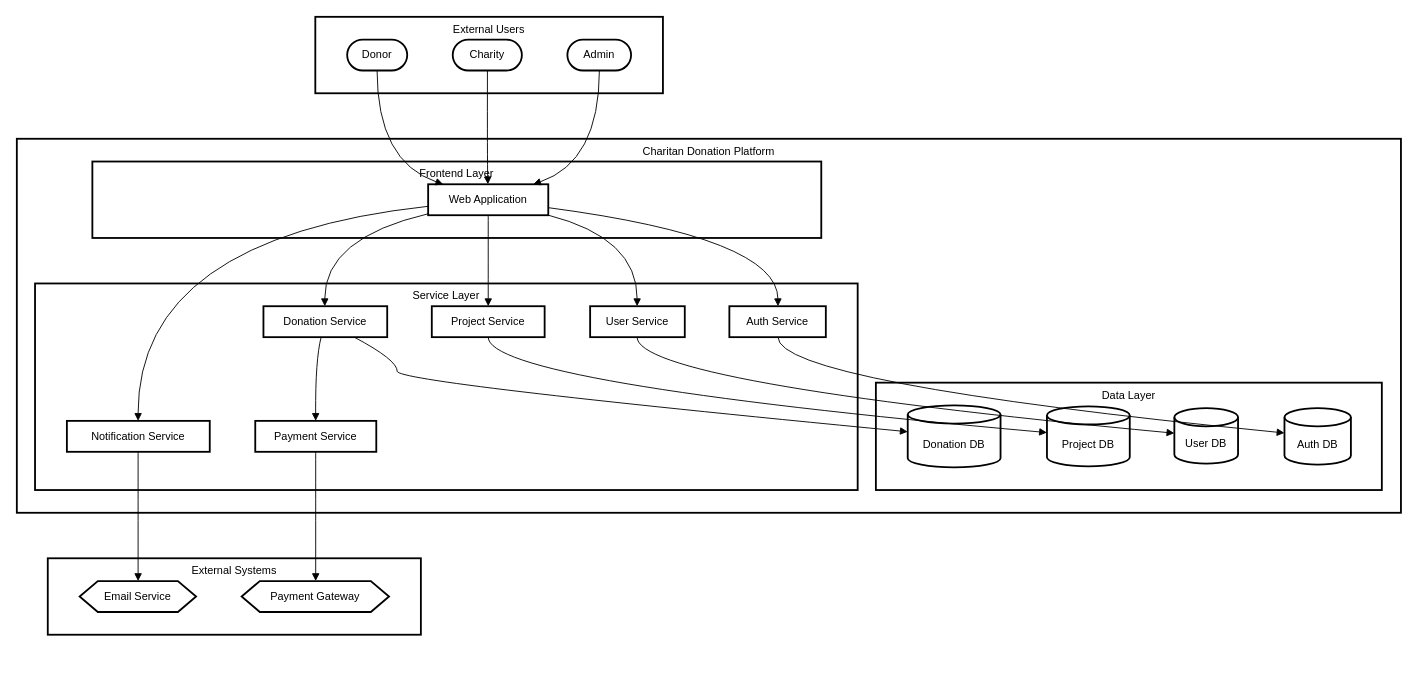
Above: page "Page-2" (2 of 3) of Project Diagrams/charitan.drawio in mintdunno/EEET2582---Architecture-and-Design---HomeWork (draw.io), before the change. Source tidied: cells renumbered, new cells numbered last; positions are measured from the earlier drawing's top-left corner, leaving out a move shared by most shapes. Both pictures are drawn from the tidied source at 91%, with x=0, y=0 at pixel (16, 16).
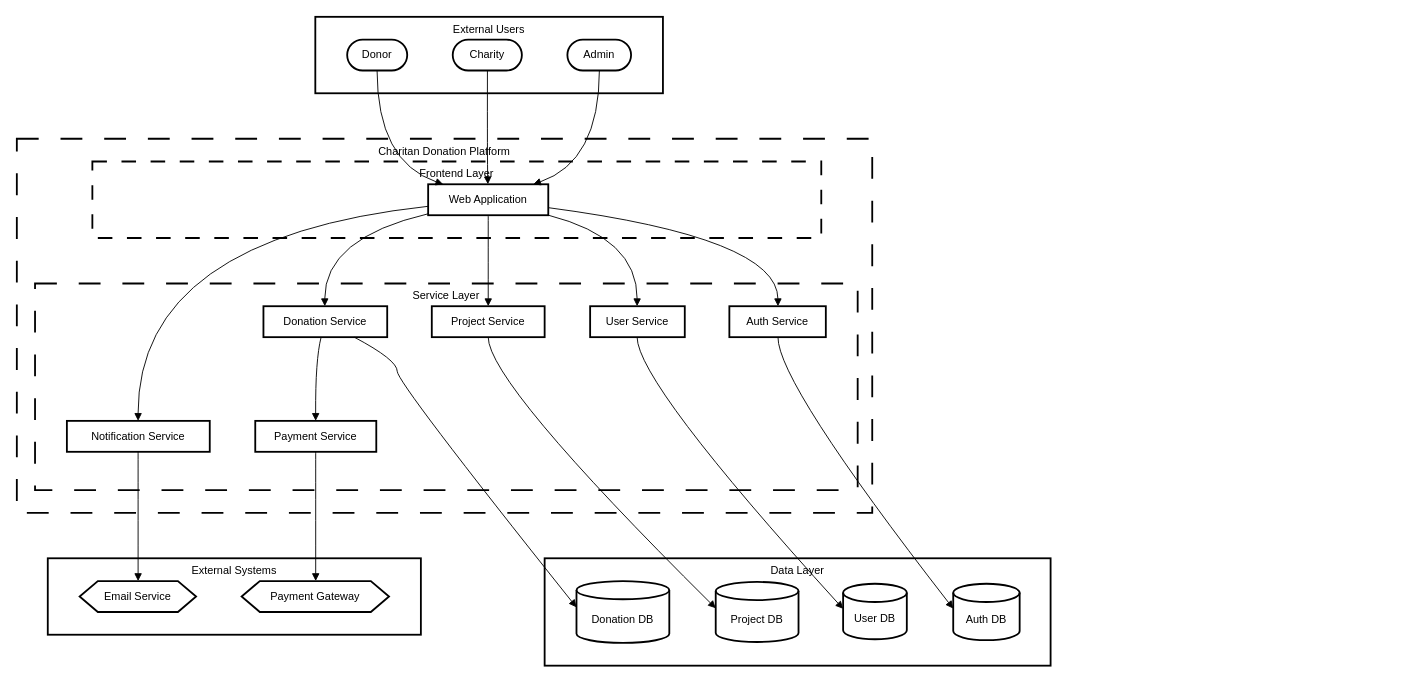
The same page after the edit.

Change to the diagram source:
```diff
@@
-    <mxCell id="5" value="Charitan Donation Platform" style="whiteSpace=wrap;strokeWidth=2;verticalAlign=top;" parent="1" vertex="1">
-      <mxGeometry y="134" width="1521" height="411" as="geometry" />
+    <mxCell id="5" value="Charitan Donation Platform" style="whiteSpace=wrap;strokeWidth=2;verticalAlign=top;dashed=1;dashPattern=12 12;" parent="1" vertex="1">
+      <mxGeometry y="134" width="940" height="411" as="geometry" />
     </mxCell>
-    <mxCell id="6" value="Frontend Layer" style="whiteSpace=wrap;strokeWidth=2;verticalAlign=top;" parent="1" vertex="1">
+    <mxCell id="6" value="Frontend Layer" style="whiteSpace=wrap;strokeWidth=2;verticalAlign=top;dashed=1;dashPattern=8 8;" parent="1" vertex="1">
       <mxGeometry x="83" y="159" width="801" height="84" as="geometry" />
     </mxCell>
-    <mxCell id="7" value="Service Layer" style="whiteSpace=wrap;strokeWidth=2;verticalAlign=top;" parent="1" vertex="1">
+    <mxCell id="7" value="Service Layer" style="whiteSpace=wrap;strokeWidth=2;verticalAlign=top;dashed=1;dashPattern=12 12;" parent="1" vertex="1">
       <mxGeometry x="20" y="293" width="904" height="227" as="geometry" />
     </mxCell>
     <mxCell id="8" value="Data Layer" style="whiteSpace=wrap;strokeWidth=2;verticalAlign=top;" parent="1" vertex="1">
-      <mxGeometry x="944" y="402" width="556" height="118" as="geometry" />
+      <mxGeometry x="580" y="595" width="556" height="118" as="geometry" />
     </mxCell>
     <mxCell id="9" value="Auth DB" style="shape=cylinder3;boundedLbl=1;backgroundOutline=1;size=10;strokeWidth=2;whiteSpace=wrap;" parent="1" vertex="1">
-      <mxGeometry x="1393" y="430" width="73" height="62" as="geometry" />
+      <mxGeometry x="1029" y="623" width="73" height="62" as="geometry" />
     </mxCell>
     <mxCell id="10" value="User DB" style="shape=cylinder3;boundedLbl=1;backgroundOutline=1;size=10;strokeWidth=2;whiteSpace=wrap;" parent="1" vertex="1">
-      <mxGeometry x="1272" y="430" width="70" height="61" as="geometry" />
+      <mxGeometry x="908" y="623" width="70" height="61" as="geometry" />
     </mxCell>
     <mxCell id="11" value="Project DB" style="shape=cylinder3;boundedLbl=1;backgroundOutline=1;size=10;strokeWidth=2;whiteSpace=wrap;" parent="1" vertex="1">
-      <mxGeometry x="1132" y="428" width="91" height="66" as="geometry" />
+      <mxGeometry x="768" y="621" width="91" height="66" as="geometry" />
     </mxCell>
     <mxCell id="12" value="Donation DB" style="shape=cylinder3;boundedLbl=1;backgroundOutline=1;size=10;strokeWidth=2;whiteSpace=wrap;" parent="1" vertex="1">
-      <mxGeometry x="979" y="427" width="102" height="68" as="geometry" />
+      <mxGeometry x="615" y="620" width="102" height="68" as="geometry" />
     </mxCell>
```
